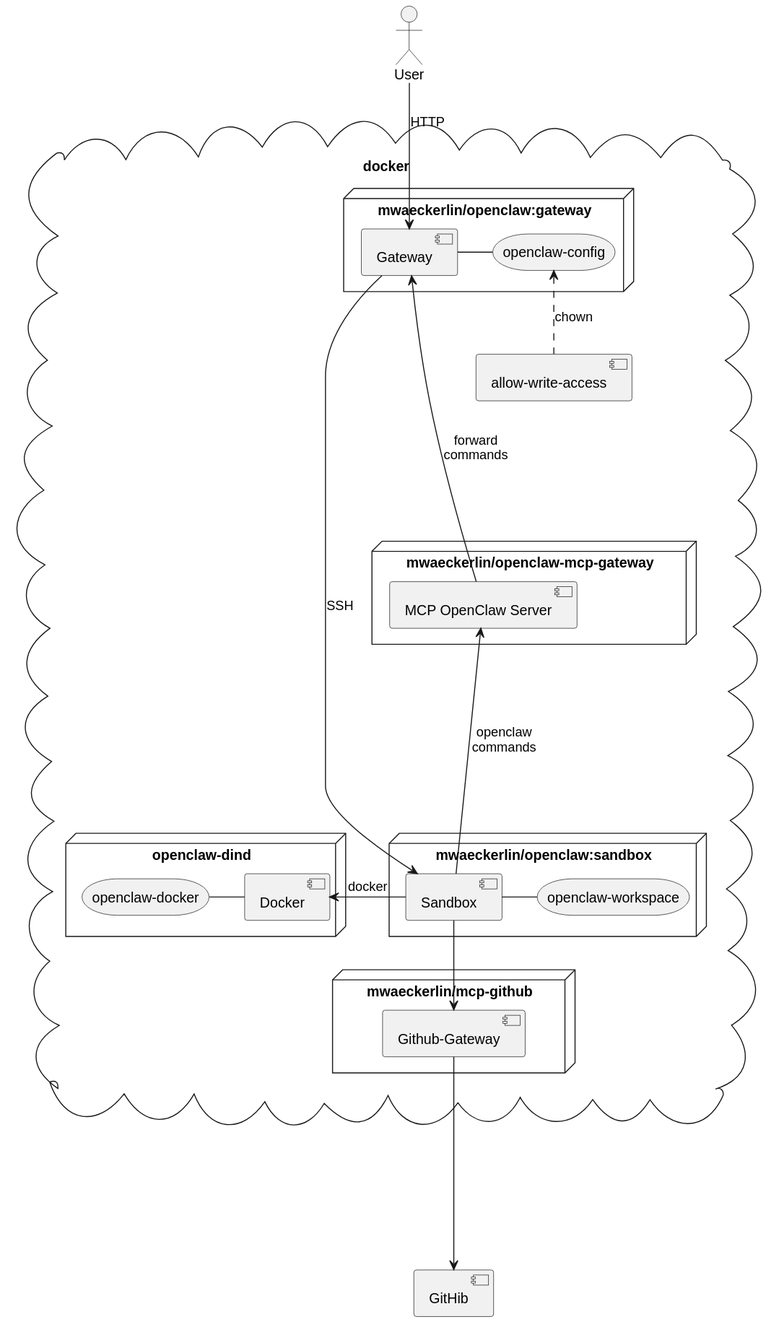
This is doc/architecture.svg from mwaeckerlin/openclaw, a PlantUML export, as it was before one commit.
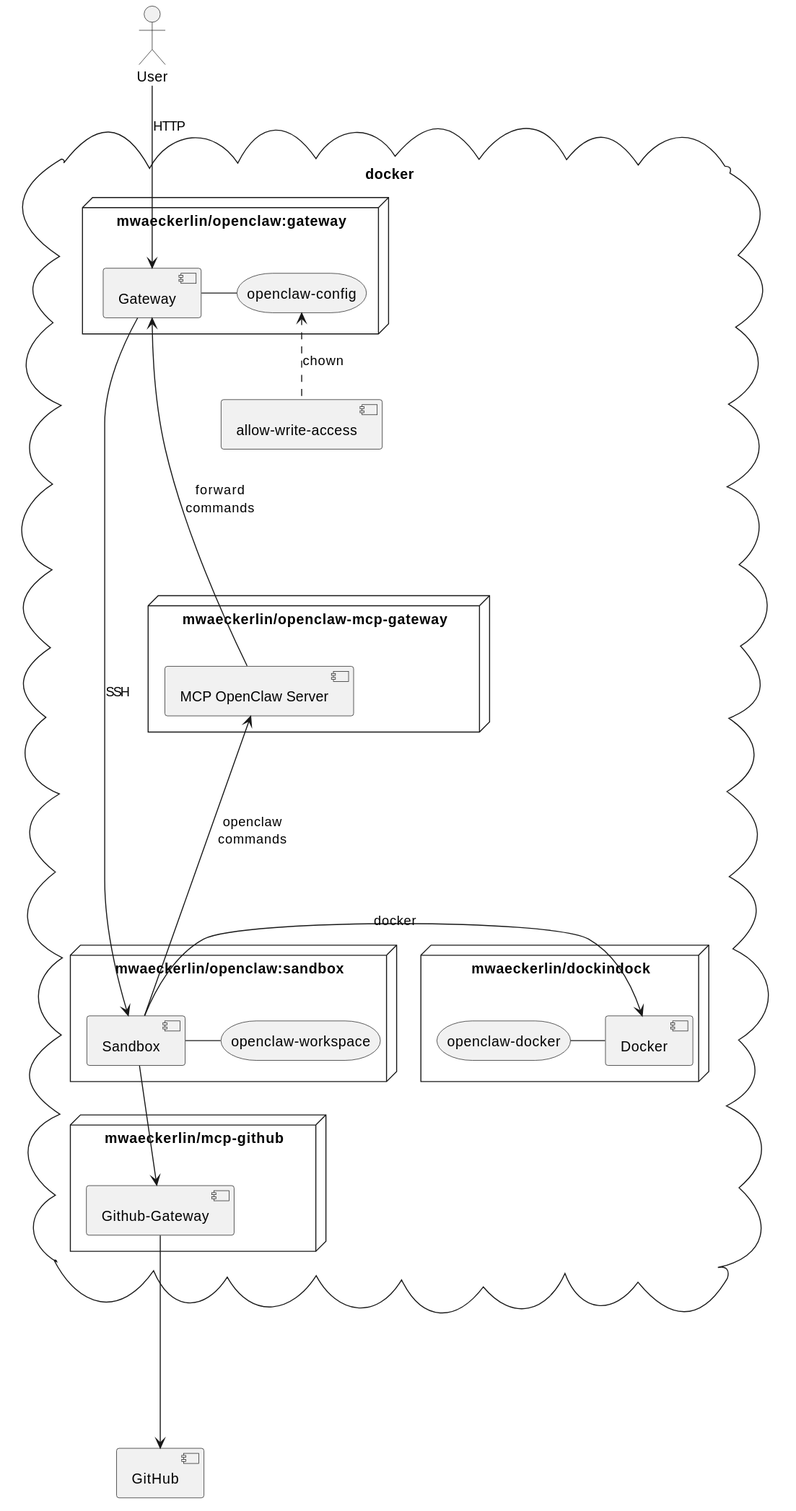
The same diagram one commit later.

The edit, as a diff of the source:
```diff
@@ -19,7 +19,7 @@
     sshd -right- ws
   }
 
-  node "openclaw-dind" as dind {
+  node "mwaeckerlin/dockindock" as dind {
     [Docker] as dd
     storage "openclaw-docker" as dv
     dd -left- dv
@@ -39,5 +39,5 @@
 sshd -left-> dd : docker
 aw .up.> cfg : chown
 sshd --> gh
-gh ----> [GitHib]
+gh ----> [GitHub]
 @enduml
```
